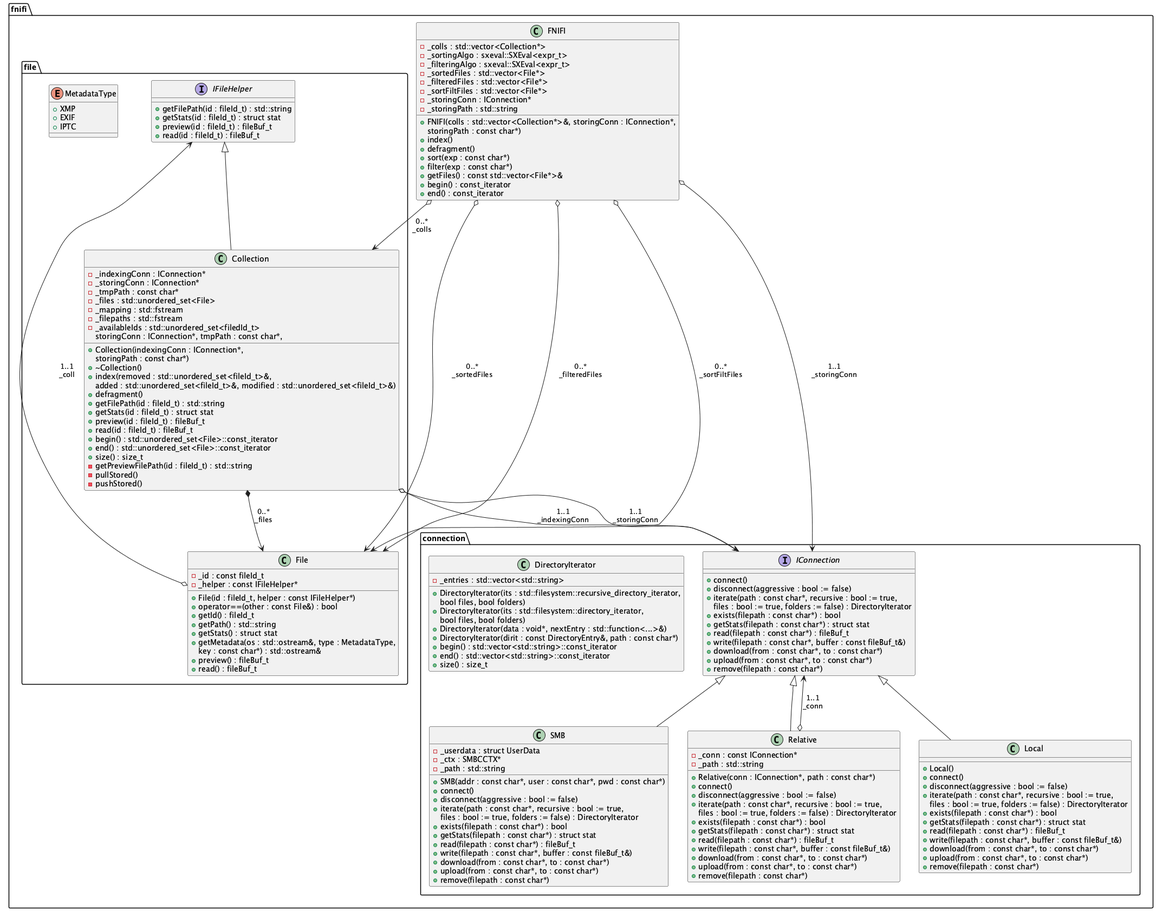
Before: resources/architecture.png, a diagram exported from PlantUML (abadiet/FNIFI).
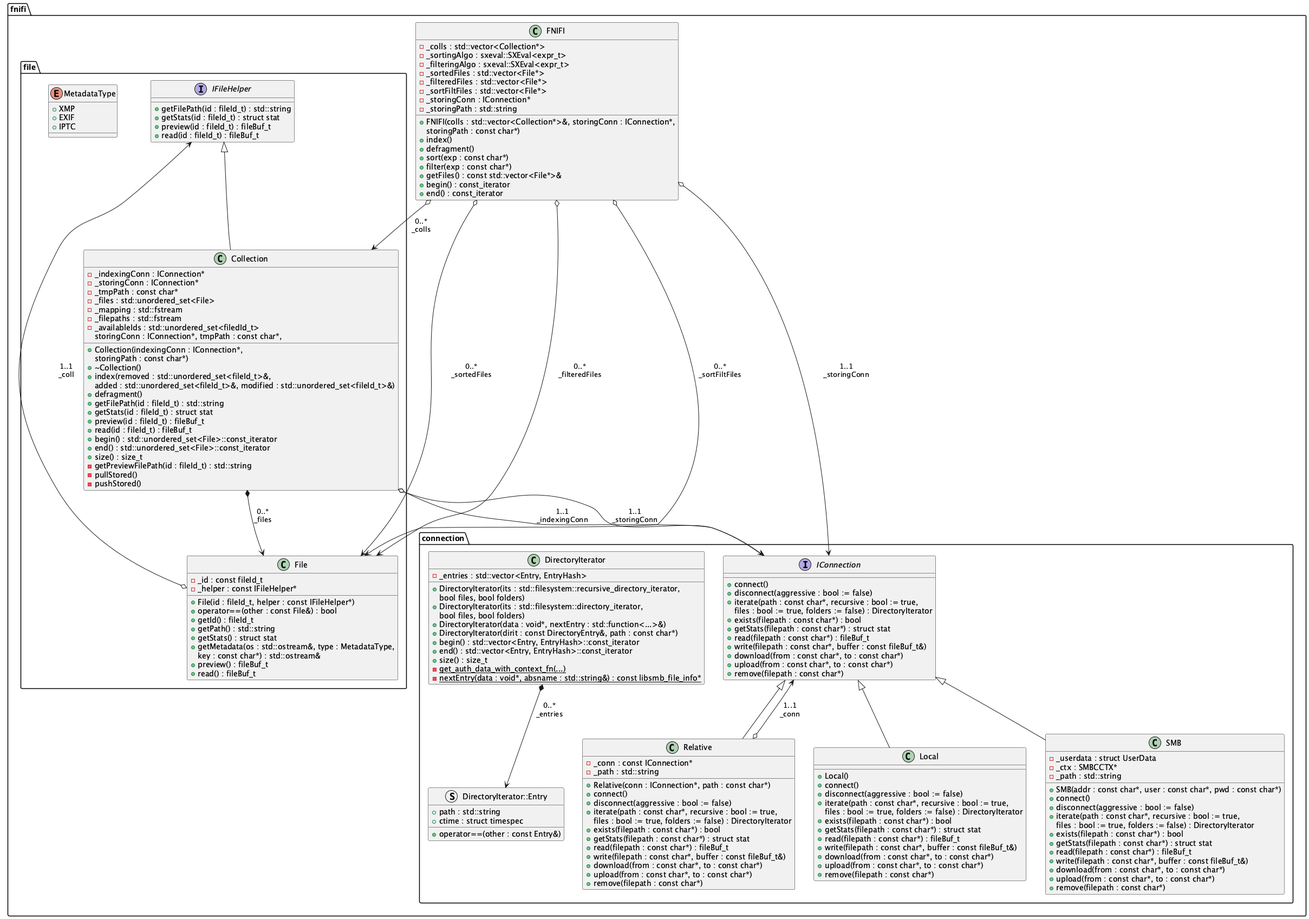
The same file after the commit.

The edit, as a diff of the source:
```diff
@@ -78,17 +78,25 @@
     }
 
     package connection {
+        struct DirectoryIterator::Entry {
+            +path : std::string
+            +ctime : struct timespec
+            +operator==(other : const Entry&)
+        }
+
         class DirectoryIterator {
-            -_entries : std::vector<std::string>
+            -_entries : std::vector<Entry, EntryHash>
             +DirectoryIterator(its : std::filesystem::recursive_directory_iterator,
             bool files, bool folders)
             +DirectoryIterator(its : std::filesystem::directory_iterator,
             bool files, bool folders)
             +DirectoryIterator(data : void*, nextEntry : std::function<...>&)
             +DirectoryIterator(dirit : const DirectoryEntry&, path : const char*)
-            +begin() : std::vector<std::string>::const_iterator
-            +end() : std::vector<std::string>::const_iterator
+            +begin() : std::vector<Entry, EntryHash>::const_iterator
+            +end() : std::vector<Entry, EntryHash>::const_iterator
             +size() : size_t
+            -{static} get_auth_data_with_context_fn(...)
+            -{static} nextEntry(data : void*, absname : std::string&) : const libsmb_file_info*
         }
 
         interface IConnection {
@@ -166,6 +174,7 @@
     Collection o--> IConnection : 1..1\n_storingConn
     Collection *--> File : 0..*\n_files
     Relative o--> IConnection : 1..1\n_conn
+    DirectoryIterator *--> DirectoryIterator::Entry : 0..*\n_entries
 }
 
 @enduml
```
